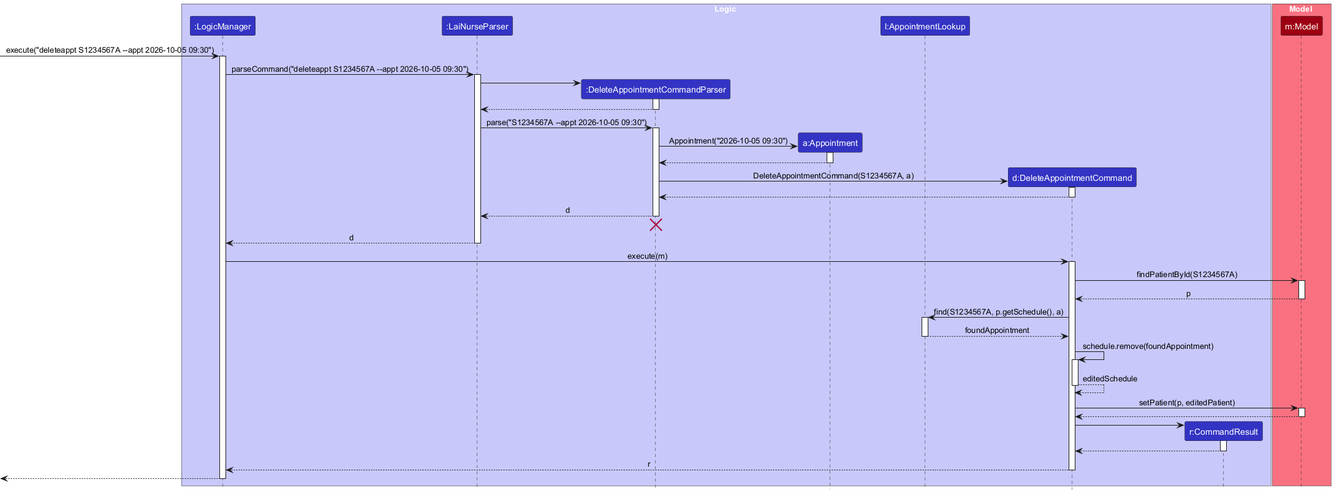
The PlantUML diagram docs/images/DeleteAppointmentSequenceDiagram.png in AY2627S1-CS2103T-F08-2/tp, before a commit. Source of this version:
```plantuml
@startuml
!include style.puml
skinparam ArrowFontStyle plain

box Logic LOGIC_COLOR_T1
participant ":LogicManager" as LogicManager LOGIC_COLOR
participant ":LaiNurseParser" as LaiNurseParser LOGIC_COLOR
participant ":DeleteAppointmentCommandParser" as DeleteAppointmentCommandParser LOGIC_COLOR
participant "a:Appointment" as Appointment LOGIC_COLOR
participant "l:AppointmentLookup" as AppointmentLookup LOGIC_COLOR
participant "d:DeleteAppointmentCommand" as DeleteAppointmentCommand LOGIC_COLOR
participant "r:CommandResult" as CommandResult LOGIC_COLOR
end box

box Model MODEL_COLOR_T1
participant "m:Model" as Model MODEL_COLOR
end box

[-> LogicManager : execute("deleteappt S1234567A --appt 2026-10-05 09:30")
activate LogicManager

LogicManager -> LaiNurseParser : parseCommand("deleteappt S1234567A --appt 2026-10-05 09:30")
activate LaiNurseParser

create DeleteAppointmentCommandParser
LaiNurseParser -> DeleteAppointmentCommandParser
activate DeleteAppointmentCommandParser

DeleteAppointmentCommandParser --> LaiNurseParser
deactivate DeleteAppointmentCommandParser

LaiNurseParser -> DeleteAppointmentCommandParser : parse("S1234567A --appt 2026-10-05 09:30")
activate DeleteAppointmentCommandParser

create Appointment
DeleteAppointmentCommandParser -> Appointment : Appointment("2026-10-05 09:30")
activate Appointment

Appointment --> DeleteAppointmentCommandParser
deactivate Appointment

create DeleteAppointmentCommand
DeleteAppointmentCommandParser -> DeleteAppointmentCommand : DeleteAppointmentCommand(S1234567A, a)
activate DeleteAppointmentCommand

DeleteAppointmentCommand --> DeleteAppointmentCommandParser
deactivate DeleteAppointmentCommand

DeleteAppointmentCommandParser --> LaiNurseParser : d
deactivate DeleteAppointmentCommandParser
DeleteAppointmentCommandParser -[hidden]-> LaiNurseParser
destroy DeleteAppointmentCommandParser

LaiNurseParser --> LogicManager : d
deactivate LaiNurseParser

LogicManager -> DeleteAppointmentCommand : execute(m)
activate DeleteAppointmentCommand

DeleteAppointmentCommand -> Model : findPatientById(S1234567A)
activate Model

Model --> DeleteAppointmentCommand : p
deactivate Model

DeleteAppointmentCommand -> AppointmentLookup : find(S1234567A, p.getSchedule(), a)
activate AppointmentLookup

AppointmentLookup --> DeleteAppointmentCommand : foundAppointment
deactivate AppointmentLookup

DeleteAppointmentCommand -> DeleteAppointmentCommand : schedule.remove(foundAppointment)
activate DeleteAppointmentCommand

DeleteAppointmentCommand --> DeleteAppointmentCommand : editedSchedule
deactivate DeleteAppointmentCommand

DeleteAppointmentCommand -> Model : setPatient(p, editedPatient)
activate Model

Model --> DeleteAppointmentCommand
deactivate Model

create CommandResult
DeleteAppointmentCommand -> CommandResult
activate CommandResult

CommandResult --> DeleteAppointmentCommand
deactivate CommandResult

DeleteAppointmentCommand --> LogicManager : r
deactivate DeleteAppointmentCommand

[<--LogicManager
deactivate LogicManager
@enduml
```
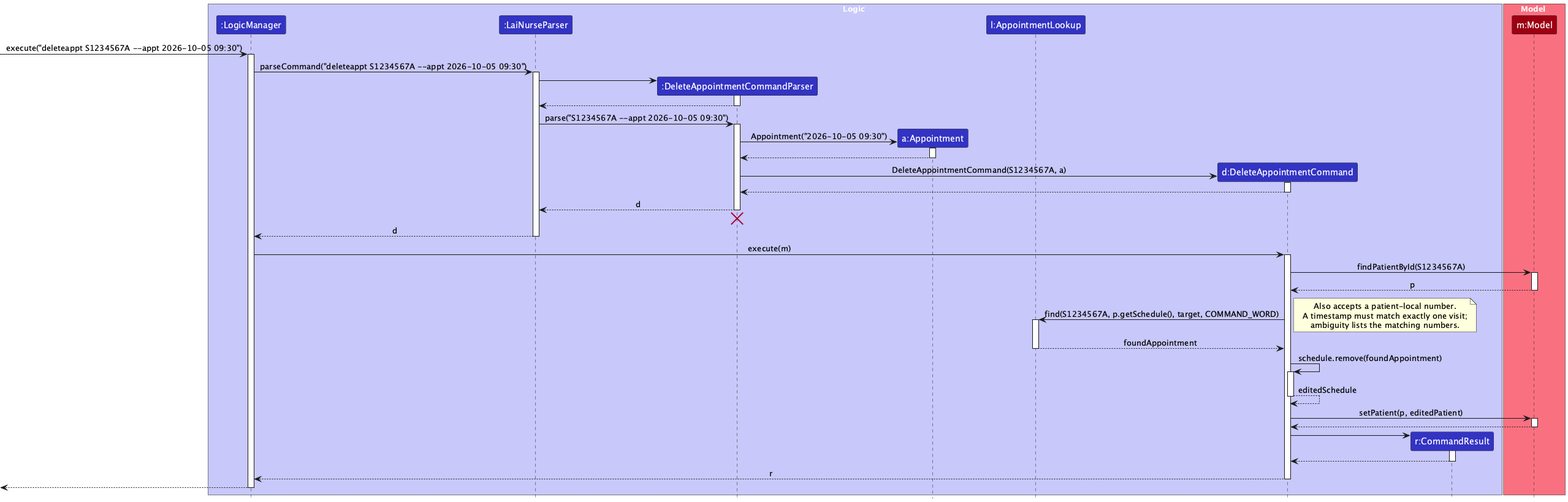
After the commit.

Diff of the diagram source:
```diff
@@ -63,8 +63,14 @@
 Model --> DeleteAppointmentCommand : p
 deactivate Model
 
-DeleteAppointmentCommand -> AppointmentLookup : find(S1234567A, p.getSchedule(), a)
+DeleteAppointmentCommand -> AppointmentLookup : find(S1234567A, p.getSchedule(), target, COMMAND_WORD)
 activate AppointmentLookup
+
+note right
+Also accepts a patient-local number.
+A timestamp must match exactly one visit;
+ambiguity lists the matching numbers.
+end note
 
 AppointmentLookup --> DeleteAppointmentCommand : foundAppointment
 deactivate AppointmentLookup
```
